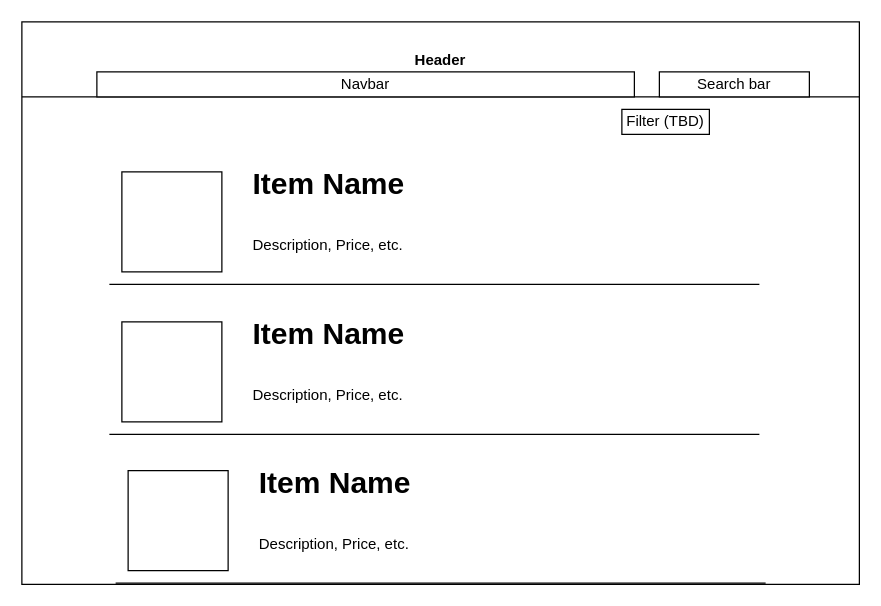
Earlier version of the draw.io diagram category-wireframe.drawio (matt-draghi/phase-2-project). Source tidied: cells renumbered, new cells numbered last; positions are measured from the earlier drawing's top-left corner, leaving out a move shared by most shapes. Both pictures are drawn from the tidied source at 125%, with x=0, y=0 at pixel (21, 21).
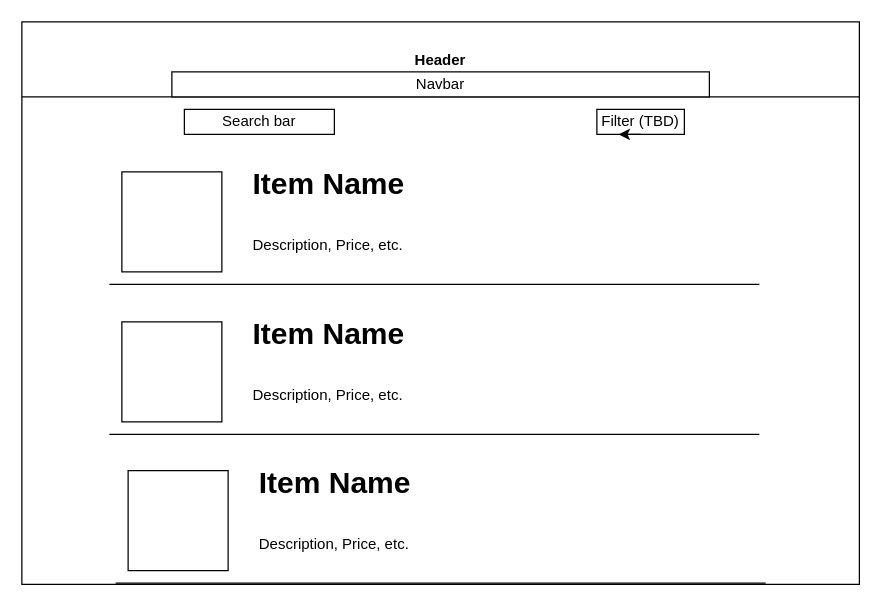
The same diagram, later.

What changed in the source:
```diff
@@
 <mxGraphModel>
   <root>
     <mxCell id="0" />
     <mxCell id="1" parent="0" />
     <mxCell id="2" value="Header" style="swimlane;startSize=60;" parent="1" vertex="1">
       <mxGeometry width="670" height="450" as="geometry" />
     </mxCell>
     <mxCell id="3" value="Navbar" style="rounded=0;whiteSpace=wrap;html=1;" parent="2" vertex="1">
-      <mxGeometry x="60" y="40" width="430" height="20" as="geometry" />
+      <mxGeometry x="120" y="40" width="430" height="20" as="geometry" />
     </mxCell>
     <mxCell id="4" value="Search bar" style="rounded=0;whiteSpace=wrap;html=1;" parent="2" vertex="1">
-      <mxGeometry x="510" y="40" width="120" height="20" as="geometry" />
+      <mxGeometry x="130" y="70" width="120" height="20" as="geometry" />
     </mxCell>
     <mxCell id="5" value="Filter (TBD)" style="rounded=0;whiteSpace=wrap;html=1;" parent="2" vertex="1">
-      <mxGeometry x="480" y="70" width="70" height="20" as="geometry" />
+      <mxGeometry x="460" y="70" width="70" height="20" as="geometry" />
     </mxCell>
     <mxCell id="6" style="whiteSpace=wrap;html=1;" parent="2" vertex="1">
       <mxGeometry x="80" y="120" width="80" height="80" as="geometry" />
     </mxCell>
     <mxCell id="7" value="&lt;h1&gt;&lt;span&gt;Item Name&lt;/span&gt;&lt;/h1&gt;&lt;h1&gt;&lt;span style=&quot;font-size: 12px ; font-weight: normal&quot;&gt;Description, Price, etc.&lt;/span&gt;&lt;br&gt;&lt;/h1&gt;" style="text;html=1;strokeColor=none;fillColor=none;spacing=5;spacingTop=-20;whiteSpace=wrap;overflow=hidden;rounded=0;" parent="2" vertex="1">
       <mxGeometry x="180" y="110" width="390" height="90" as="geometry" />
     </mxCell>
     <mxCell id="8" style="whiteSpace=wrap;html=1;" parent="2" vertex="1">
       <mxGeometry x="80" y="240" width="80" height="80" as="geometry" />
     </mxCell>
     <mxCell id="9" value="&lt;h1&gt;&lt;span&gt;Item Name&lt;/span&gt;&lt;/h1&gt;&lt;h1&gt;&lt;span style=&quot;font-size: 12px ; font-weight: normal&quot;&gt;Description, Price, etc.&lt;/span&gt;&lt;br&gt;&lt;/h1&gt;" style="text;html=1;strokeColor=none;fillColor=none;spacing=5;spacingTop=-20;whiteSpace=wrap;overflow=hidden;rounded=0;" parent="2" vertex="1">
       <mxGeometry x="180" y="230" width="390" height="90" as="geometry" />
     </mxCell>
     <mxCell id="10" style="endArrow=none;html=1;" parent="2" edge="1">
       <mxGeometry relative="1" as="geometry">
         <mxPoint x="70" y="330" as="sourcePoint" />
         <mxPoint x="590" y="330" as="targetPoint" />
       </mxGeometry>
     </mxCell>
     <mxCell id="11" style="whiteSpace=wrap;html=1;" parent="2" vertex="1">
       <mxGeometry x="85" y="359" width="80" height="80" as="geometry" />
     </mxCell>
     <mxCell id="12" value="&lt;h1&gt;&lt;span&gt;Item Name&lt;/span&gt;&lt;/h1&gt;&lt;h1&gt;&lt;span style=&quot;font-size: 12px ; font-weight: normal&quot;&gt;Description, Price, etc.&lt;/span&gt;&lt;br&gt;&lt;/h1&gt;" style="text;html=1;strokeColor=none;fillColor=none;spacing=5;spacingTop=-20;whiteSpace=wrap;overflow=hidden;rounded=0;" parent="2" vertex="1">
       <mxGeometry x="185" y="349" width="390" height="90" as="geometry" />
     </mxCell>
     <mxCell id="13" style="endArrow=none;html=1;" parent="2" edge="1">
       <mxGeometry relative="1" as="geometry">
         <mxPoint x="75" y="449" as="sourcePoint" />
         <mxPoint x="595" y="449" as="targetPoint" />
       </mxGeometry>
     </mxCell>
+    <mxCell id="15" style="edgeStyle=none;html=1;exitX=0.5;exitY=1;exitDx=0;exitDy=0;entryX=0.25;entryY=1;entryDx=0;entryDy=0;" parent="2" edge="1" source="5" target="5">
+      <mxGeometry relative="1" as="geometry" />
+    </mxCell>
     <mxCell id="14" style="endArrow=none;html=1;" parent="1" edge="1">
       <mxGeometry relative="1" as="geometry">
         <mxPoint x="70" y="210" as="sourcePoint" />
         <mxPoint x="590" y="210" as="targetPoint" />
       </mxGeometry>
     </mxCell>
   </root>
 </mxGraphModel>
```
